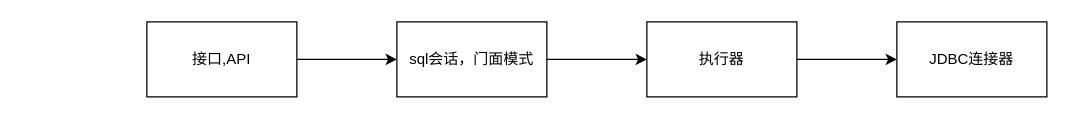
The draw.io diagram Mybatis工作流程图.drawio in Self-madeboy/-, before the edit. Source tidied: cells renumbered, new cells numbered last; positions are measured from the earlier drawing's top-left corner, leaving out a move shared by most shapes. Both pictures are drawn from the tidied source at 125%, with x=0, y=0 at pixel (146, 21).
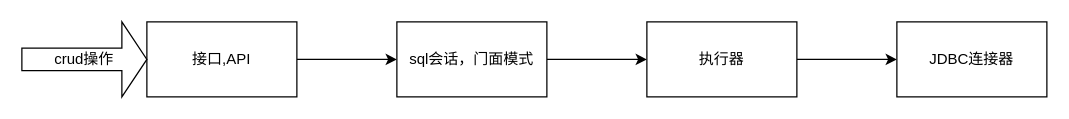
Above is the later version.

Commit message (it also covers changes not shown here):
更新Mybatis工作流程图.drawio

Diff of the diagram source:
```diff
@@
 <mxGraphModel>
   <root>
     <mxCell id="0" />
     <mxCell id="1" parent="0" />
     <mxCell id="2" style="edgeStyle=orthogonalEdgeStyle;rounded=0;jettySize=auto;html=1;" parent="1" edge="1" source="3" target="5">
       <mxGeometry relative="1" as="geometry" />
     </mxCell>
     <mxCell id="3" value="接口,API" style="rounded=0;whiteSpace=wrap;html=1;" parent="1" vertex="1">
       <mxGeometry width="120" height="60" as="geometry" />
     </mxCell>
     <mxCell id="4" style="edgeStyle=orthogonalEdgeStyle;rounded=0;jettySize=auto;html=1;" parent="1" edge="1" source="5" target="7">
       <mxGeometry relative="1" as="geometry" />
     </mxCell>
     <mxCell id="5" value="sql会话，门面模式" style="rounded=0;whiteSpace=wrap;html=1;" parent="1" vertex="1">
       <mxGeometry x="200" width="120" height="60" as="geometry" />
     </mxCell>
     <mxCell id="6" style="edgeStyle=orthogonalEdgeStyle;rounded=0;jettySize=auto;html=1;" parent="1" edge="1" source="7" target="8">
       <mxGeometry relative="1" as="geometry" />
     </mxCell>
     <mxCell id="7" value="执行器" style="rounded=0;whiteSpace=wrap;html=1;" parent="1" vertex="1">
       <mxGeometry x="400" width="120" height="60" as="geometry" />
     </mxCell>
     <mxCell id="8" value="JDBC连接器" style="rounded=0;whiteSpace=wrap;html=1;" parent="1" vertex="1">
       <mxGeometry x="600" width="120" height="60" as="geometry" />
     </mxCell>
+    <mxCell id="9" value="crud操作" style="shape=singleArrow;whiteSpace=wrap;html=1;" parent="1" vertex="1">
+      <mxGeometry x="-100" width="100" height="60" as="geometry" />
+    </mxCell>
   </root>
 </mxGraphModel>
```
